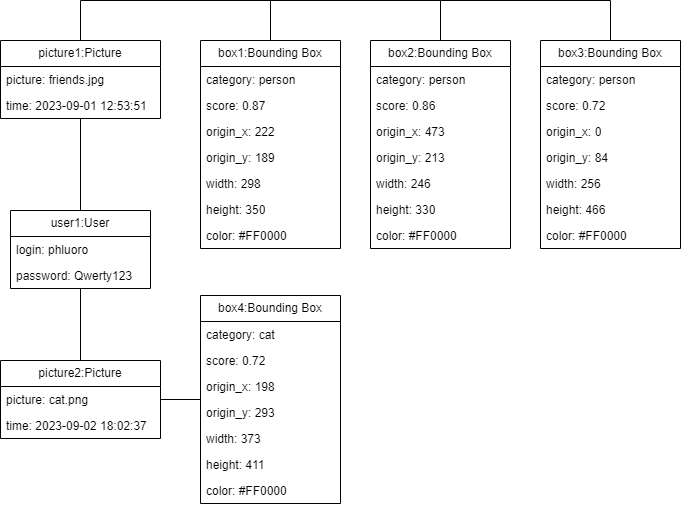
phluoroGG/TP_3.1 keeps this draw.io diagram as Документация/Диаграммы/Диаграмма объектов (Object diagram)/Диаграмма объектов (Object diagram).png. Above is the earlier version. Source tidied: cells renumbered, new cells last; positions are measured from the earlier drawing's top-left corner, leaving out a move shared by most shapes.
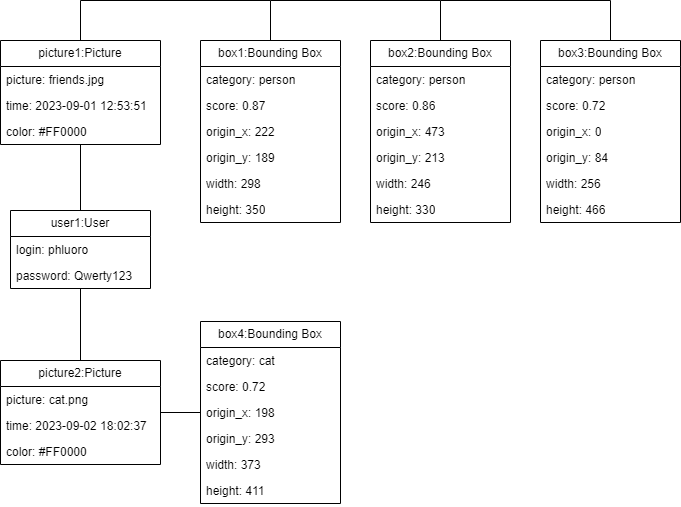
After the commit.

Commit message:
Обновлена диаграмма объектов

Diff of the diagram source:
```diff
@@ -12,7 +12,7 @@
       <mxGeometry y="52" width="140" height="26" as="geometry" />
     </mxCell>
     <mxCell id="5" value="picture2:Picture" style="swimlane;fontStyle=0;horizontal=1;startSize=26;fillColor=none;whiteSpace=wrap;html=1;" parent="1" vertex="1">
-      <mxGeometry y="360" width="160" height="78" as="geometry" />
+      <mxGeometry y="360" width="160" height="104" as="geometry" />
     </mxCell>
     <mxCell id="6" value="picture: cat.png" style="text;strokeColor=none;fillColor=none;align=left;verticalAlign=top;spacingLeft=4;spacingRight=4;overflow=hidden;whiteSpace=wrap;html=1;" parent="5" vertex="1">
       <mxGeometry y="26" width="160" height="26" as="geometry" />
@@ -20,8 +20,11 @@
     <mxCell id="7" value="time: 2023-09-02 18:02:37" style="text;strokeColor=none;fillColor=none;align=left;verticalAlign=top;spacingLeft=4;spacingRight=4;overflow=hidden;whiteSpace=wrap;html=1;" parent="5" vertex="1">
       <mxGeometry y="52" width="160" height="26" as="geometry" />
     </mxCell>
+    <mxCell id="15" value="color: #FF0000" style="text;strokeColor=none;fillColor=none;align=left;verticalAlign=top;spacingLeft=4;spacingRight=4;overflow=hidden;whiteSpace=wrap;html=1;" parent="5" vertex="1">
+      <mxGeometry y="78" width="160" height="26" as="geometry" />
+    </mxCell>
     <mxCell id="8" value="box4:Bounding Box" style="swimlane;fontStyle=0;horizontal=1;startSize=26;fillColor=none;whiteSpace=wrap;html=1;" parent="1" vertex="1">
-      <mxGeometry x="200" y="295" width="140" height="208" as="geometry" />
+      <mxGeometry x="200" y="321" width="140" height="182" as="geometry" />
     </mxCell>
     <mxCell id="9" value="category: cat" style="text;strokeColor=none;fillColor=none;align=left;verticalAlign=top;spacingLeft=4;spacingRight=4;overflow=hidden;whiteSpace=wrap;html=1;" parent="8" vertex="1">
       <mxGeometry y="26" width="140" height="26" as="geometry" />
@@ -41,9 +44,6 @@
     <mxCell id="14" value="height: 411" style="text;strokeColor=none;fillColor=none;align=left;verticalAlign=top;spacingLeft=4;spacingRight=4;overflow=hidden;whiteSpace=wrap;html=1;" parent="8" vertex="1">
       <mxGeometry y="156" width="140" height="26" as="geometry" />
     </mxCell>
-    <mxCell id="15" value="color: #FF0000" style="text;strokeColor=none;fillColor=none;align=left;verticalAlign=top;spacingLeft=4;spacingRight=4;overflow=hidden;whiteSpace=wrap;html=1;" parent="8" vertex="1">
-      <mxGeometry y="182" width="140" height="26" as="geometry" />
-    </mxCell>
     <mxCell id="16" style="endArrow=none;html=1;rounded=0;" parent="1" edge="1" source="8" target="5">
       <mxGeometry relative="1" as="geometry" />
     </mxCell>
@@ -51,7 +51,7 @@
       <mxGeometry relative="1" as="geometry" />
     </mxCell>
     <mxCell id="18" value="picture1:Picture" style="swimlane;fontStyle=0;horizontal=1;startSize=26;fillColor=none;whiteSpace=wrap;html=1;" parent="1" vertex="1">
-      <mxGeometry y="40" width="160" height="78" as="geometry" />
+      <mxGeometry y="40" width="160" height="104" as="geometry" />
     </mxCell>
     <mxCell id="19" value="picture: friends.jpg" style="text;strokeColor=none;fillColor=none;align=left;verticalAlign=top;spacingLeft=4;spacingRight=4;overflow=hidden;whiteSpace=wrap;html=1;" parent="18" vertex="1">
       <mxGeometry y="26" width="160" height="26" as="geometry" />
@@ -59,11 +59,14 @@
     <mxCell id="20" value="time: 2023-09-01 12:53:51" style="text;strokeColor=none;fillColor=none;align=left;verticalAlign=top;spacingLeft=4;spacingRight=4;overflow=hidden;whiteSpace=wrap;html=1;" parent="18" vertex="1">
       <mxGeometry y="52" width="160" height="26" as="geometry" />
     </mxCell>
+    <mxCell id="45" value="color: #FF0000" style="text;strokeColor=none;fillColor=none;align=left;verticalAlign=top;spacingLeft=4;spacingRight=4;overflow=hidden;whiteSpace=wrap;html=1;" parent="18" vertex="1">
+      <mxGeometry y="78" width="160" height="26" as="geometry" />
+    </mxCell>
     <mxCell id="21" style="endArrow=none;html=1;rounded=0;" parent="1" edge="1" source="2" target="18">
       <mxGeometry relative="1" as="geometry" />
     </mxCell>
     <mxCell id="22" value="box3:Bounding Box" style="swimlane;fontStyle=0;horizontal=1;startSize=26;fillColor=none;whiteSpace=wrap;html=1;" parent="1" vertex="1">
-      <mxGeometry x="540" y="40" width="140" height="208" as="geometry" />
+      <mxGeometry x="540" y="40" width="140" height="182" as="geometry" />
     </mxCell>
     <mxCell id="23" value="category: person" style="text;strokeColor=none;fillColor=none;align=left;verticalAlign=top;spacingLeft=4;spacingRight=4;overflow=hidden;whiteSpace=wrap;html=1;" parent="22" vertex="1">
       <mxGeometry y="26" width="140" height="26" as="geometry" />
@@ -83,11 +86,8 @@
     <mxCell id="28" value="height: 466" style="text;strokeColor=none;fillColor=none;align=left;verticalAlign=top;spacingLeft=4;spacingRight=4;overflow=hidden;whiteSpace=wrap;html=1;" parent="22" vertex="1">
       <mxGeometry y="156" width="140" height="26" as="geometry" />
     </mxCell>
-    <mxCell id="29" value="color: #FF0000" style="text;strokeColor=none;fillColor=none;align=left;verticalAlign=top;spacingLeft=4;spacingRight=4;overflow=hidden;whiteSpace=wrap;html=1;" parent="22" vertex="1">
-      <mxGeometry y="182" width="140" height="26" as="geometry" />
-    </mxCell>
     <mxCell id="30" value="box2:Bounding Box" style="swimlane;fontStyle=0;horizontal=1;startSize=26;fillColor=none;whiteSpace=wrap;html=1;" parent="1" vertex="1">
-      <mxGeometry x="370" y="40" width="140" height="208" as="geometry" />
+      <mxGeometry x="370" y="40" width="140" height="182" as="geometry" />
     </mxCell>
     <mxCell id="31" value="category: person" style="text;strokeColor=none;fillColor=none;align=left;verticalAlign=top;spacingLeft=4;spacingRight=4;overflow=hidden;whiteSpace=wrap;html=1;" parent="30" vertex="1">
       <mxGeometry y="26" width="140" height="26" as="geometry" />
@@ -107,11 +107,8 @@
     <mxCell id="36" value="height: 330" style="text;strokeColor=none;fillColor=none;align=left;verticalAlign=top;spacingLeft=4;spacingRight=4;overflow=hidden;whiteSpace=wrap;html=1;" parent="30" vertex="1">
       <mxGeometry y="156" width="140" height="26" as="geometry" />
     </mxCell>
-    <mxCell id="37" value="color: #FF0000" style="text;strokeColor=none;fillColor=none;align=left;verticalAlign=top;spacingLeft=4;spacingRight=4;overflow=hidden;whiteSpace=wrap;html=1;" parent="30" vertex="1">
-      <mxGeometry y="182" width="140" height="26" as="geometry" />
-    </mxCell>
     <mxCell id="38" value="box1:Bounding Box" style="swimlane;fontStyle=0;horizontal=1;startSize=26;fillColor=none;whiteSpace=wrap;html=1;" parent="1" vertex="1">
-      <mxGeometry x="200" y="40" width="140" height="208" as="geometry" />
+      <mxGeometry x="200" y="40" width="140" height="182" as="geometry" />
     </mxCell>
     <mxCell id="39" value="category: person" style="text;strokeColor=none;fillColor=none;align=left;verticalAlign=top;spacingLeft=4;spacingRight=4;overflow=hidden;whiteSpace=wrap;html=1;" parent="38" vertex="1">
       <mxGeometry y="26" width="140" height="26" as="geometry" />
@@ -131,9 +128,6 @@
     <mxCell id="44" value="height: 350" style="text;strokeColor=none;fillColor=none;align=left;verticalAlign=top;spacingLeft=4;spacingRight=4;overflow=hidden;whiteSpace=wrap;html=1;" parent="38" vertex="1">
       <mxGeometry y="156" width="140" height="26" as="geometry" />
     </mxCell>
-    <mxCell id="45" value="color: #FF0000" style="text;strokeColor=none;fillColor=none;align=left;verticalAlign=top;spacingLeft=4;spacingRight=4;overflow=hidden;whiteSpace=wrap;html=1;" parent="38" vertex="1">
-      <mxGeometry y="182" width="140" height="26" as="geometry" />
-    </mxCell>
     <mxCell id="46" style="endArrow=none;html=1;rounded=0;" parent="1" edge="1" source="38" target="18">
       <mxGeometry relative="1" as="geometry">
         <Array as="points">
```
